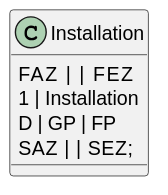
Before: out/bwl/Geschäftsprozesse/Beispiel03/Beispiel03.svg, a diagram exported from PlantUML (Martin1088/Plantuml-With-Screenreader). Source of this version:
```plantuml
@startuml
class Installation {
FAZ |    | FEZ
1 | Installation
D | GP | FP
SAZ |   | SEZ;
}
@enduml
```
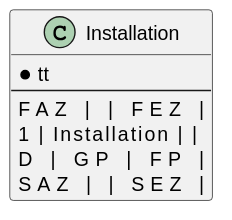
After the change.

Diff of the diagram source:
```diff
@@ -1,8 +1,10 @@
 @startuml
 class Installation {
-FAZ |    | FEZ
-1 | Installation
-D | GP | FP
-SAZ |   | SEZ;
+* tt
+--
+FAZ |               | FEZ |
+1   | Installation  |     |
+D   | GP            | FP  |
+SAZ |               | SEZ |
 }
 @enduml
```
